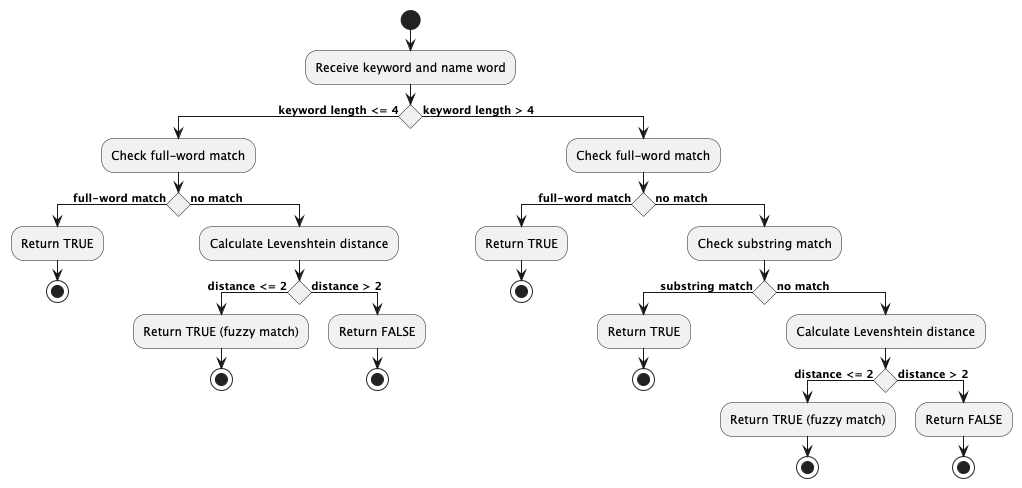
The PlantUML diagram docs/images/FindActivityDiagram.png in ashmitahaldar/tp, before a commit. Its source is kept beside it as docs/diagrams/FindActivityDiagram.puml.
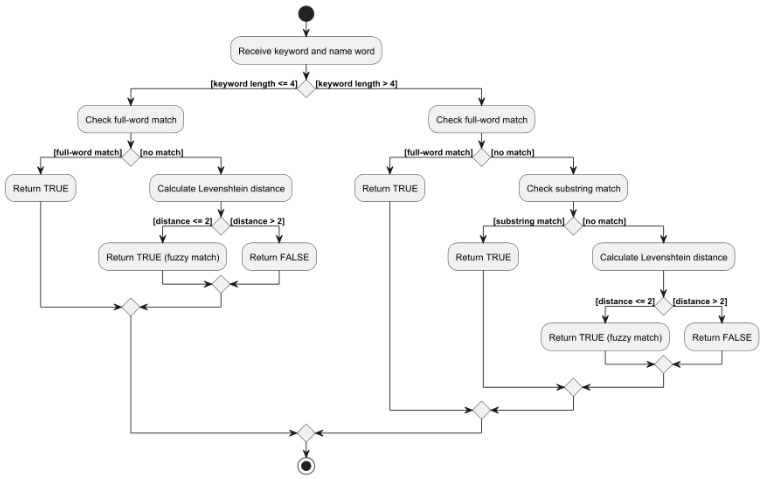
Later version of the same file.

Diff of the diagram source:
```diff
@@ -4,42 +4,36 @@
 start
 :Receive keyword and name word;
 
-if () then (keyword length <= 4)
+if () then ([keyword length <= 4])
   :Check full-word match;
-  if () then (full-word match)
+  if () then ([full-word match])
     :Return TRUE;
-    stop
-  else (no match)
+  else ([no match])
     :Calculate Levenshtein distance;
-    if () then (distance <= 2)
+    if () then ([distance <= 2])
       :Return TRUE (fuzzy match);
-      stop
-    else (distance > 2)
+    else ([distance > 2])
       :Return FALSE;
-      stop
     endif
   endif
-else (keyword length > 4)
+else ([keyword length > 4])
   :Check full-word match;
-  if () then (full-word match)
+  if () then ([full-word match])
     :Return TRUE;
-    stop
-  else (no match)
+  else ([no match])
     :Check substring match;
-    if () then (substring match)
+    if () then ([substring match])
       :Return TRUE;
-      stop
-    else (no match)
+    else ([no match])
       :Calculate Levenshtein distance;
-      if () then (distance <= 2)
+      if () then ([distance <= 2])
         :Return TRUE (fuzzy match);
-        stop
-      else (distance > 2)
+      else ([distance > 2])
         :Return FALSE;
-        stop
       endif
     endif
   endif
 endif
 
+stop
 @enduml
```
